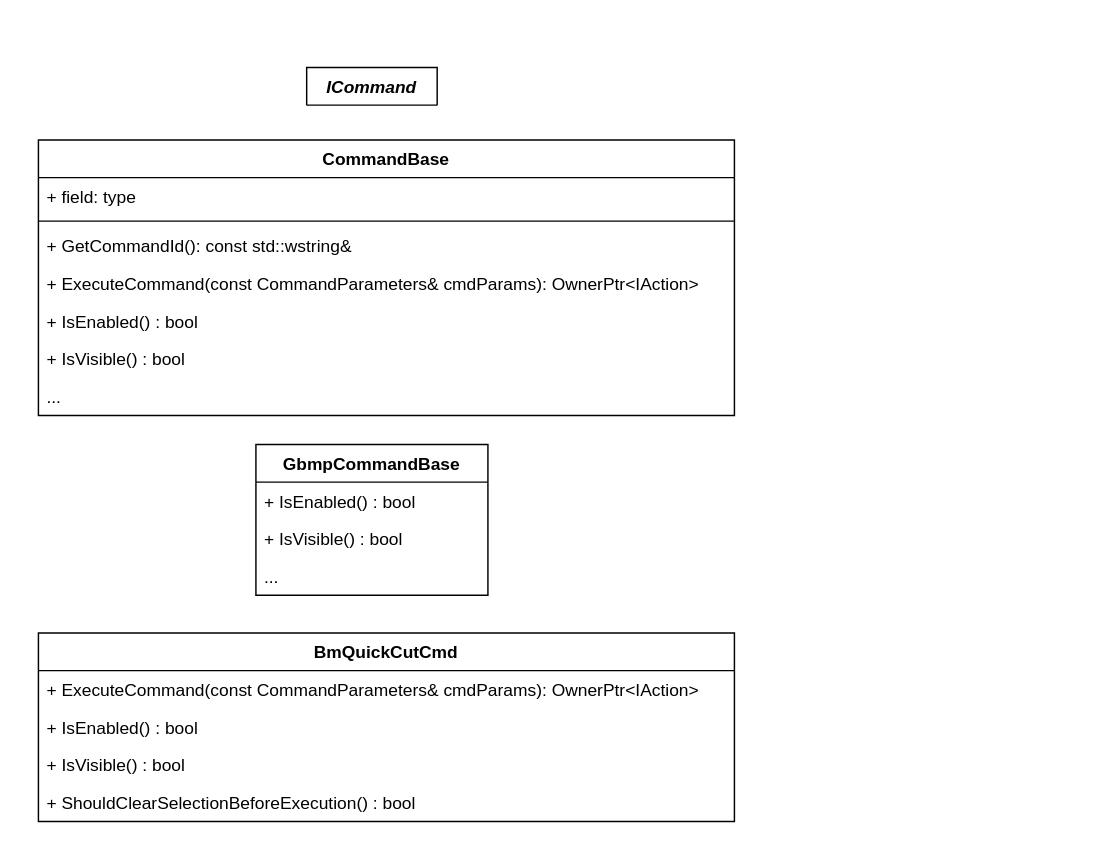
Before: page "Class diagram" (2 of 4) of QuickCut_Diagram.drawio in Sean-Xu-Code/cpp, a draw.io diagram. Source tidied: cells renumbered, new cells numbered last; positions are measured from the earlier drawing's top-left corner, leaving out a move shared by most shapes. Both pictures are drawn from the tidied source at 145%, with x=0, y=0 at pixel (38, 67).
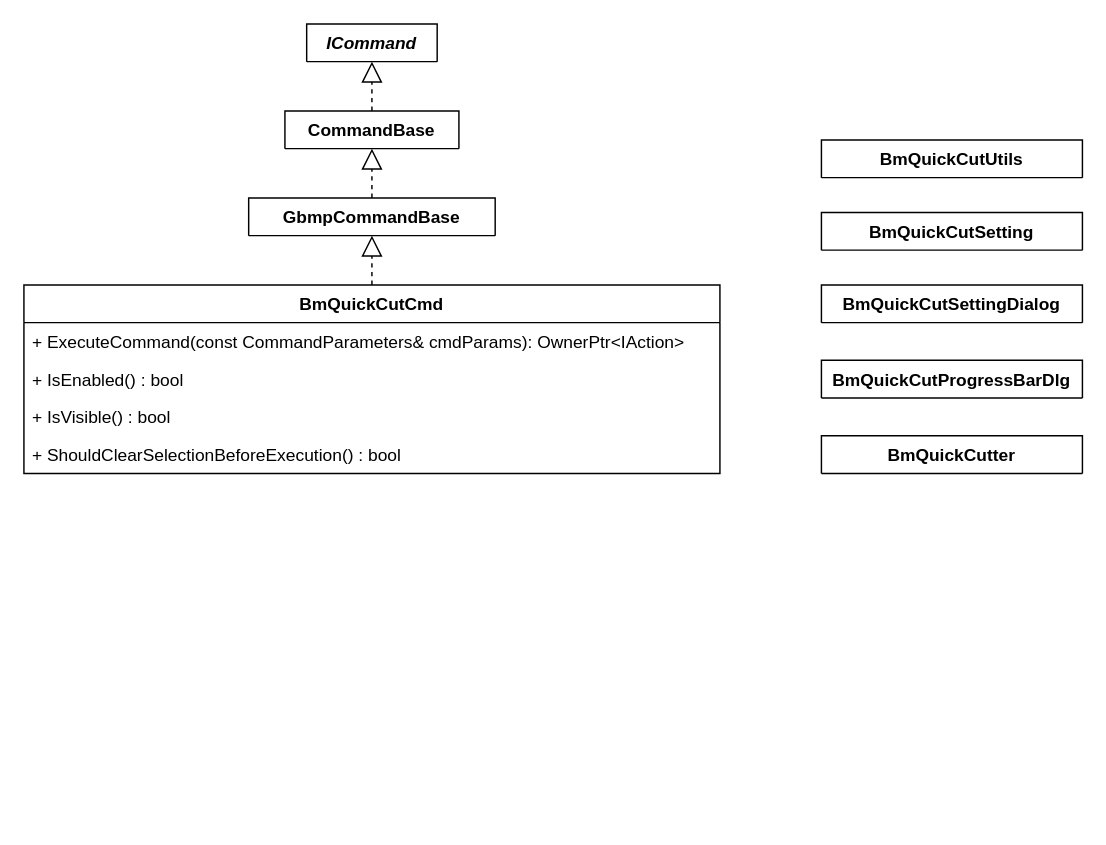
The same page after the edit.

Change to the diagram source:
```diff
@@
 <mxGraphModel>
   <root>
     <mxCell id="0" />
     <mxCell id="1" parent="0" />
     <mxCell id="2" value="ICommand" style="swimlane;fontStyle=3;align=center;verticalAlign=top;horizontal=1;startSize=26;" parent="1" vertex="1" collapsed="1">
-      <mxGeometry x="185" width="90" height="26" as="geometry" />
+      <mxGeometry x="185" y="-30" width="90" height="26" as="geometry" />
     </mxCell>
     <mxCell id="3" value="BmQuickCutCmd" style="swimlane;fontStyle=1;align=center;verticalAlign=top;horizontal=1;startSize=26;" parent="1" vertex="1">
-      <mxGeometry y="390" width="480" height="130" as="geometry" />
+      <mxGeometry x="-10" y="150" width="480" height="130" as="geometry" />
     </mxCell>
     <mxCell id="4" value="+ ExecuteCommand(const CommandParameters&amp; cmdParams): OwnerPtr&lt;IAction&gt;" style="text;strokeColor=none;fillColor=none;align=left;verticalAlign=top;spacingLeft=4;spacingRight=4;overflow=hidden;" parent="3" vertex="1">
       <mxGeometry y="26" width="480" height="26" as="geometry" />
     </mxCell>
     <mxCell id="5" value="+ IsEnabled() : bool" style="text;strokeColor=none;fillColor=none;align=left;verticalAlign=top;spacingLeft=4;spacingRight=4;overflow=hidden;" parent="3" vertex="1">
       <mxGeometry y="52" width="480" height="26" as="geometry" />
     </mxCell>
     <mxCell id="6" value="+ IsVisible() : bool" style="text;strokeColor=none;fillColor=none;align=left;verticalAlign=top;spacingLeft=4;spacingRight=4;overflow=hidden;" parent="3" vertex="1">
       <mxGeometry y="78" width="480" height="26" as="geometry" />
     </mxCell>
     <mxCell id="7" value="+ ShouldClearSelectionBeforeExecution() : bool" style="text;strokeColor=none;fillColor=none;align=left;verticalAlign=top;spacingLeft=4;spacingRight=4;overflow=hidden;" parent="3" vertex="1">
       <mxGeometry y="104" width="480" height="26" as="geometry" />
     </mxCell>
-    <mxCell id="8" value="GbmpCommandBase" style="swimlane;fontStyle=1;align=center;verticalAlign=top;horizontal=1;startSize=26;" parent="1" vertex="1">
-      <mxGeometry x="150" y="260" width="160" height="104" as="geometry" />
+    <mxCell id="8" value="GbmpCommandBase" style="swimlane;fontStyle=1;align=center;verticalAlign=top;horizontal=1;startSize=26;" parent="1" vertex="1" collapsed="1">
+      <mxGeometry x="145" y="90" width="170" height="26" as="geometry" />
     </mxCell>
-    <mxCell id="9" value="+ IsEnabled() : bool" style="text;strokeColor=none;fillColor=none;align=left;verticalAlign=top;spacingLeft=4;spacingRight=4;overflow=hidden;" parent="8" vertex="1">
-      <mxGeometry y="26" width="160" height="26" as="geometry" />
-    </mxCell>
-    <mxCell id="10" value="+ IsVisible() : bool" style="text;strokeColor=none;fillColor=none;align=left;verticalAlign=top;spacingLeft=4;spacingRight=4;overflow=hidden;" parent="8" vertex="1">
-      <mxGeometry y="52" width="160" height="26" as="geometry" />
-    </mxCell>
-    <mxCell id="11" value="..." style="text;strokeColor=none;fillColor=none;align=left;verticalAlign=top;spacingLeft=4;spacingRight=4;overflow=hidden;" parent="8" vertex="1">
-      <mxGeometry y="78" width="160" height="26" as="geometry" />
-    </mxCell>
-    <mxCell id="12" value="CommandBase" style="swimlane;fontStyle=1;align=center;verticalAlign=top;horizontal=1;startSize=26;" parent="1" vertex="1">
-      <mxGeometry y="50" width="480" height="190" as="geometry" />
+    <mxCell id="12" value="CommandBase" style="swimlane;fontStyle=1;align=center;verticalAlign=top;horizontal=1;startSize=26;" parent="1" vertex="1" collapsed="1">
+      <mxGeometry x="170" y="30" width="120" height="26" as="geometry" />
     </mxCell>
-    <mxCell id="13" value="+ field: type" style="text;strokeColor=none;fillColor=none;align=left;verticalAlign=top;spacingLeft=4;spacingRight=4;overflow=hidden;" parent="12" vertex="1">
-      <mxGeometry y="26" width="480" height="26" as="geometry" />
-    </mxCell>
-    <mxCell id="14" style="line;strokeWidth=1;fillColor=none;align=left;verticalAlign=middle;spacingTop=-1;spacingLeft=3;spacingRight=3;labelPosition=right;" parent="12" vertex="1">
-      <mxGeometry y="52" width="480" height="8" as="geometry" />
-    </mxCell>
-    <mxCell id="15" value="+ GetCommandId(): const std::wstring&amp;" style="text;strokeColor=none;fillColor=none;align=left;verticalAlign=top;spacingLeft=4;spacingRight=4;overflow=hidden;" parent="12" vertex="1">
-      <mxGeometry y="60" width="480" height="26" as="geometry" />
-    </mxCell>
-    <mxCell id="16" value="+ ExecuteCommand(const CommandParameters&amp; cmdParams): OwnerPtr&lt;IAction&gt;" style="text;strokeColor=none;fillColor=none;align=left;verticalAlign=top;spacingLeft=4;spacingRight=4;overflow=hidden;" parent="12" vertex="1">
-      <mxGeometry y="86" width="480" height="26" as="geometry" />
-    </mxCell>
-    <mxCell id="17" value="+ IsEnabled() : bool" style="text;strokeColor=none;fillColor=none;align=left;verticalAlign=top;spacingLeft=4;spacingRight=4;overflow=hidden;" parent="12" vertex="1">
-      <mxGeometry y="112" width="480" height="26" as="geometry" />
-    </mxCell>
-    <mxCell id="18" value="+ IsVisible() : bool" style="text;strokeColor=none;fillColor=none;align=left;verticalAlign=top;spacingLeft=4;spacingRight=4;overflow=hidden;" parent="12" vertex="1">
-      <mxGeometry y="138" width="480" height="26" as="geometry" />
-    </mxCell>
-    <mxCell id="19" value="..." style="text;strokeColor=none;fillColor=none;align=left;verticalAlign=top;spacingLeft=4;spacingRight=4;overflow=hidden;" parent="12" vertex="1">
-      <mxGeometry y="164" width="480" height="26" as="geometry" />
-    </mxCell>
+    <mxCell id="20" value="BmQuickCutSettingDialog" style="swimlane;fontStyle=1;align=center;verticalAlign=top;horizontal=1;startSize=26;" parent="1" vertex="1" collapsed="1">
+      <mxGeometry x="540" y="150" width="180" height="26" as="geometry" />
+    </mxCell>
+    <mxCell id="21" style="endArrow=block;dashed=1;endFill=0;endSize=12;html=1;rounded=0;entryX=0.5;entryY=1;entryDx=0;entryDy=0;exitX=0.5;exitY=0;exitDx=0;exitDy=0;" parent="1" edge="1" source="12" target="2">
+      <mxGeometry relative="1" as="geometry" />
+    </mxCell>
+    <mxCell id="22" style="endArrow=block;dashed=1;endFill=0;endSize=12;html=1;rounded=0;entryX=0.5;entryY=1;entryDx=0;entryDy=0;exitX=0.5;exitY=0;exitDx=0;exitDy=0;" parent="1" edge="1" source="8" target="12">
+      <mxGeometry relative="1" as="geometry" />
+    </mxCell>
+    <mxCell id="23" style="endArrow=block;dashed=1;endFill=0;endSize=12;html=1;rounded=0;entryX=0.5;entryY=1;entryDx=0;entryDy=0;exitX=0.5;exitY=0;exitDx=0;exitDy=0;" parent="1" edge="1" source="3" target="8">
+      <mxGeometry relative="1" as="geometry" />
+    </mxCell>
+    <mxCell id="24" value="BmQuickCutUtils" style="swimlane;fontStyle=1;align=center;verticalAlign=top;horizontal=1;startSize=26;" parent="1" vertex="1" collapsed="1">
+      <mxGeometry x="540" y="50" width="180" height="26" as="geometry" />
+    </mxCell>
+    <mxCell id="25" value="BmQuickCutProgressBarDlg" style="swimlane;fontStyle=1;align=center;verticalAlign=top;horizontal=1;startSize=26;" parent="1" vertex="1" collapsed="1">
+      <mxGeometry x="540" y="202" width="180" height="26" as="geometry" />
+    </mxCell>
+    <mxCell id="26" value="BmQuickCutSetting" style="swimlane;fontStyle=1;align=center;verticalAlign=top;horizontal=1;startSize=26;" parent="1" vertex="1" collapsed="1">
+      <mxGeometry x="540" y="100" width="180" height="26" as="geometry" />
+    </mxCell>
+    <mxCell id="27" value="BmQuickCutter" style="swimlane;fontStyle=1;align=center;verticalAlign=top;horizontal=1;startSize=26;" parent="1" vertex="1" collapsed="1">
+      <mxGeometry x="540" y="254" width="180" height="26" as="geometry" />
+    </mxCell>
   </root>
 </mxGraphModel>
```
